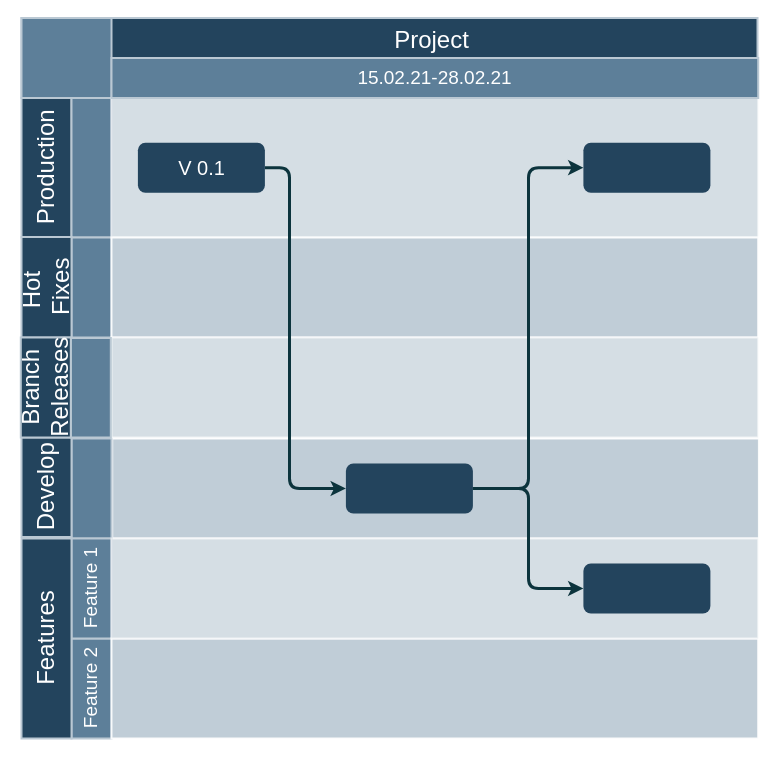
Before: Untitled Diagram.drawio in grigigo/Tankists, a draw.io diagram. Source tidied: cells renumbered, new cells numbered last; positions are measured from the earlier drawing's top-left corner, leaving out a move shared by most shapes. Both pictures are drawn from the tidied source at 100%, with x=0, y=0 at pixel (20, 17).
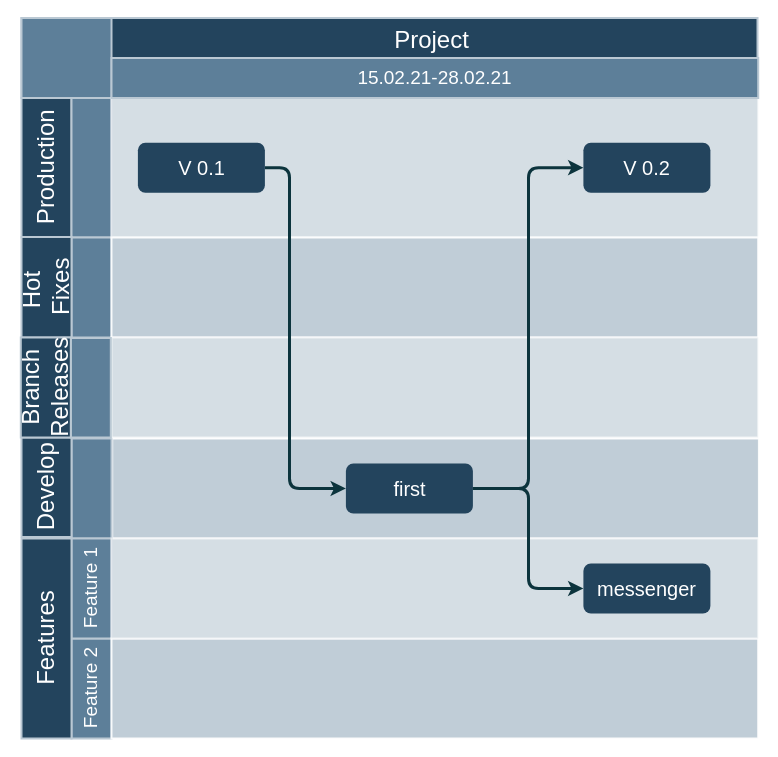
The same page after the edit.

The edit, as a diff of the source:
```diff
@@
-    <mxCell id="19" style="rounded=1;fillColor=#23445D;strokeColor=none;strokeWidth=2;fontFamily=Helvetica;html=1;gradientColor=none;" parent="1" vertex="1">
+    <mxCell id="19" value="&lt;font style=&quot;font-size: 20px&quot; color=&quot;#ffffff&quot;&gt;V 0.2&lt;/font&gt;" style="rounded=1;fillColor=#23445D;strokeColor=none;strokeWidth=2;fontFamily=Helvetica;html=1;gradientColor=none;" parent="1" vertex="1">
       <mxGeometry x="562.9" y="125.2" width="127" height="50" as="geometry" />
     </mxCell>
-    <mxCell id="20" style="rounded=1;fillColor=#23445D;strokeColor=none;strokeWidth=2;fontFamily=Helvetica;html=1;gradientColor=none;" parent="1" vertex="1">
+    <mxCell id="20" value="&lt;font style=&quot;font-size: 20px&quot; color=&quot;#ffffff&quot;&gt;first&lt;/font&gt;" style="rounded=1;fillColor=#23445D;strokeColor=none;strokeWidth=2;fontFamily=Helvetica;html=1;gradientColor=none;" parent="1" vertex="1">
       <mxGeometry x="325.4" y="446" width="127" height="50" as="geometry" />
     </mxCell>
-    <mxCell id="21" style="rounded=1;fillColor=#23445D;strokeColor=none;strokeWidth=2;fontFamily=Helvetica;html=1;gradientColor=none;" parent="1" vertex="1">
+    <mxCell id="21" value="&lt;font color=&quot;#ffffff&quot; style=&quot;font-size: 20px&quot;&gt;messenger&lt;/font&gt;" style="rounded=1;fillColor=#23445D;strokeColor=none;strokeWidth=2;fontFamily=Helvetica;html=1;gradientColor=none;" parent="1" vertex="1">
       <mxGeometry x="562.9" y="546" width="127" height="50" as="geometry" />
     </mxCell>
```
